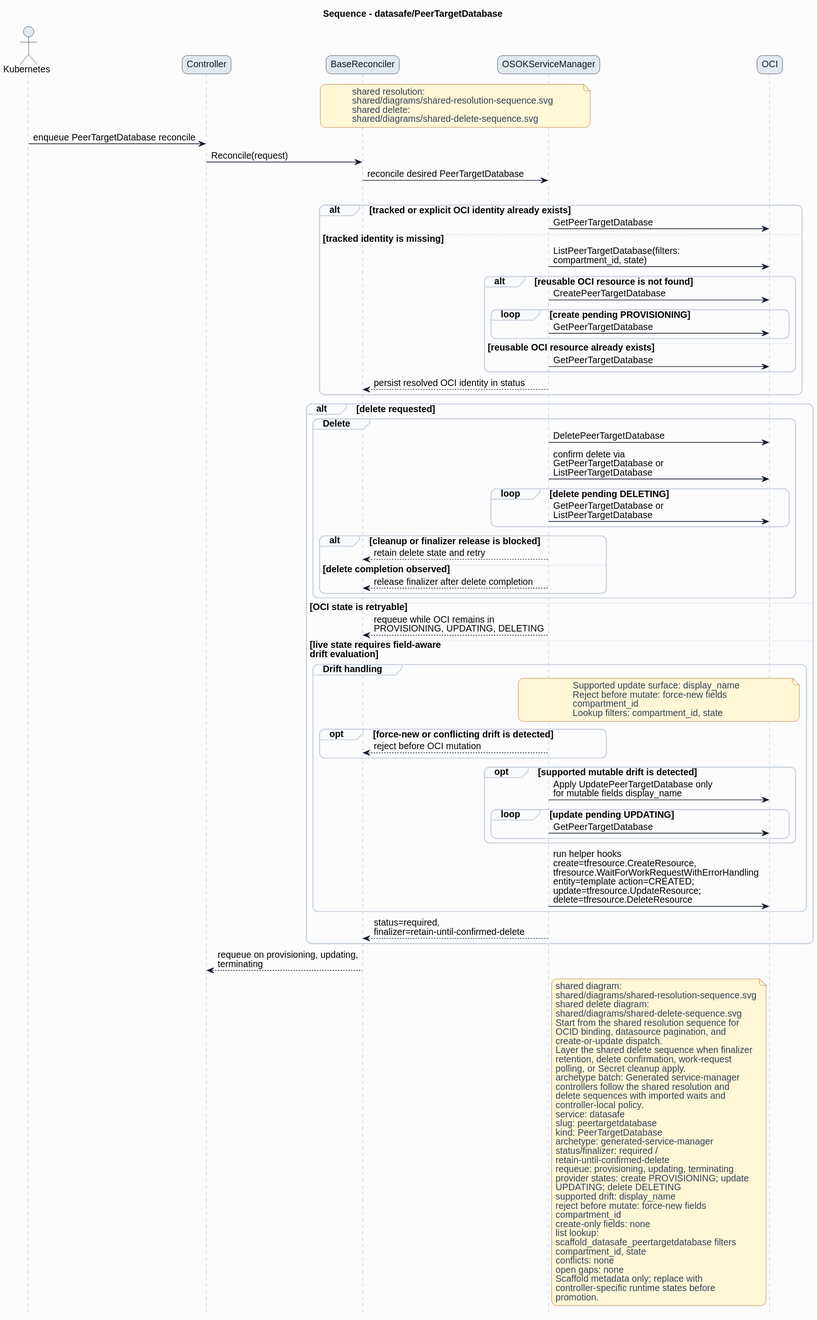
HaoyL666/oci-service-operator keeps this PlantUML diagram as formal/controllers/datasafe/peertargetdatabase/diagrams/sequence.svg. Above is the earlier version.
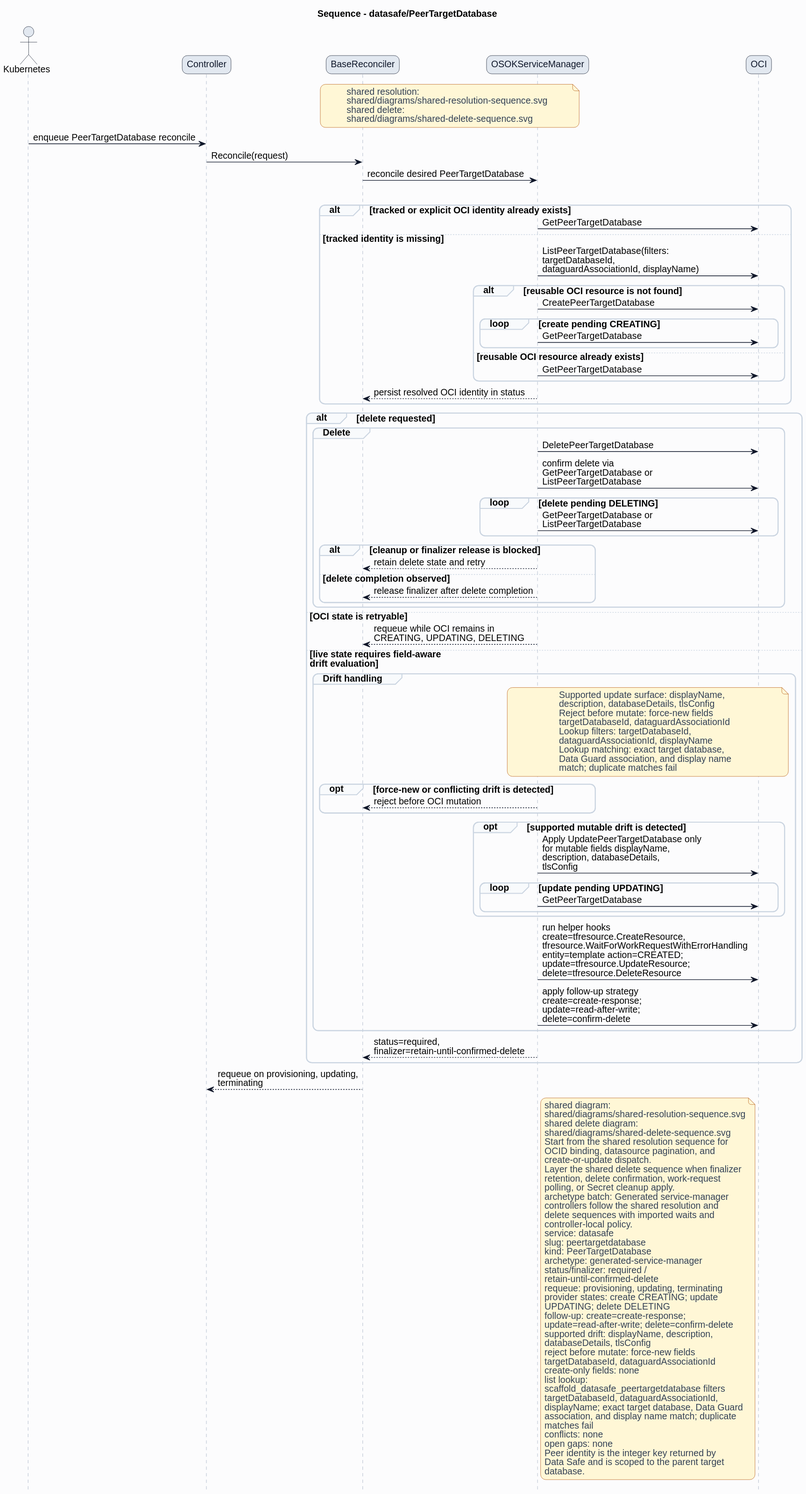
Later version of the same file.

Diff of the diagram source:
```diff
@@ -38,10 +38,10 @@
 alt tracked or explicit OCI identity already exists
 ServiceManager -> OCI: GetPeerTargetDatabase
 else tracked identity is missing
-ServiceManager -> OCI: ListPeerTargetDatabase(filters:\ncompartment_id, state)
+ServiceManager -> OCI: ListPeerTargetDatabase(filters:\ntargetDatabaseId,\ndataguardAssociationId, displayName)
 alt reusable OCI resource is not found
 ServiceManager -> OCI: CreatePeerTargetDatabase
-loop create pending PROVISIONING
+loop create pending CREATING
 ServiceManager -> OCI: GetPeerTargetDatabase
 end
 else reusable OCI resource already exists
@@ -63,25 +63,31 @@
 end
 end
 else OCI state is retryable
-ServiceManager --> BaseReconciler: requeue while OCI remains in\nPROVISIONING, UPDATING, DELETING
+ServiceManager --> BaseReconciler: requeue while OCI remains in\nCREATING, UPDATING, DELETING
 else live state requires field-aware\ndrift evaluation
 group Drift handling
 note over ServiceManager,OCI
-Supported update surface: display_name
+Supported update surface: displayName,
+description, databaseDetails, tlsConfig
 Reject before mutate: force-new fields
-compartment_id
-Lookup filters: compartment_id, state
+targetDatabaseId, dataguardAssociationId
+Lookup filters: targetDatabaseId,
+dataguardAssociationId, displayName
+Lookup matching: exact target database,
+Data Guard association, and display name
+match; duplicate matches fail
 end note
 opt force-new or conflicting drift is detected
 ServiceManager --> BaseReconciler: reject before OCI mutation
 end
 opt supported mutable drift is detected
-ServiceManager -> OCI: Apply UpdatePeerTargetDatabase only\nfor mutable fields display_name
+ServiceManager -> OCI: Apply UpdatePeerTargetDatabase only\nfor mutable fields displayName,\ndescription, databaseDetails,\ntlsConfig
 loop update pending UPDATING
 ServiceManager -> OCI: GetPeerTargetDatabase
 end
 end
 ServiceManager -> OCI: run helper hooks\ncreate=tfresource.CreateResource,\ntfresource.WaitForWorkRequestWithErrorHandling\nentity=template action=CREATED;\nupdate=tfresource.UpdateResource;\ndelete=tfresource.DeleteResource
+ServiceManager -> OCI: apply follow-up strategy\ncreate=create-response;\nupdate=read-after-write;\ndelete=confirm-delete
 end
 ServiceManager --> BaseReconciler: status=required,\nfinalizer=retain-until-confirmed-delete
 end
@@ -108,19 +114,25 @@
 status/finalizer: required /
 retain-until-confirmed-delete
 requeue: provisioning, updating, terminating
-provider states: create PROVISIONING; update
+provider states: create CREATING; update
 UPDATING; delete DELETING
-supported drift: display_name
+follow-up: create=create-response;
+update=read-after-write; delete=confirm-delete
+supported drift: displayName, description,
+databaseDetails, tlsConfig
 reject before mutate: force-new fields
-compartment_id
+targetDatabaseId, dataguardAssociationId
 create-only fields: none
 list lookup:
 scaffold_datasafe_peertargetdatabase filters
-compartment_id, state
+targetDatabaseId, dataguardAssociationId,
+displayName; exact target database, Data Guard
+association, and display name match; duplicate
+matches fail
 conflicts: none
 open gaps: none
-Scaffold metadata only; replace with
-controller-specific runtime states before
-promotion.
+Peer identity is the integer key returned by
+Data Safe and is scoped to the parent target
+database.
 end note
 @enduml
```
